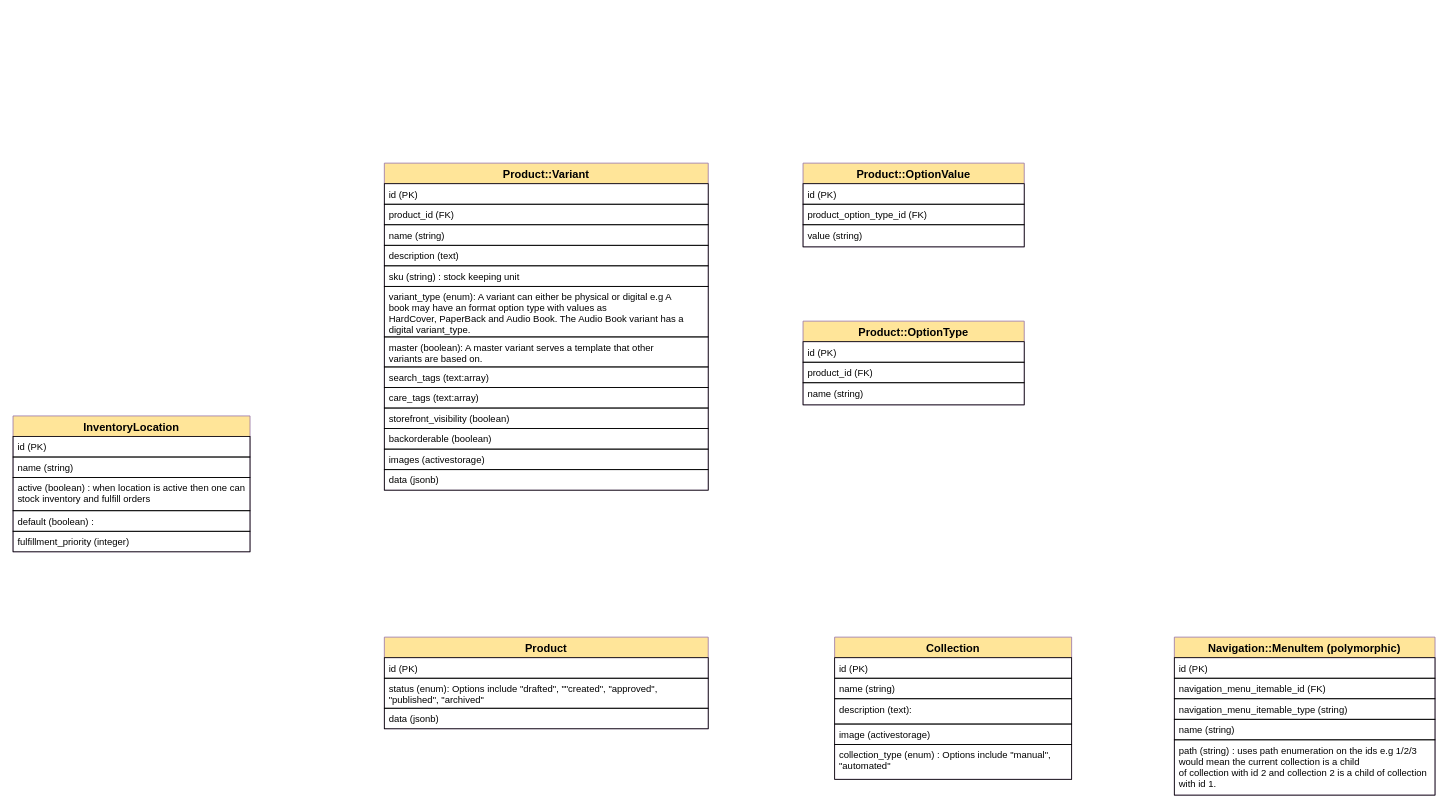
Before: soko-erd.drawio in philip-maina/soko, a draw.io diagram. Source tidied: cells renumbered, new cells numbered last; positions are measured from the earlier drawing's top-left corner, leaving out a move shared by most shapes. Both pictures are drawn from the tidied source at 79%, with x=0, y=0 at pixel (13, 163).
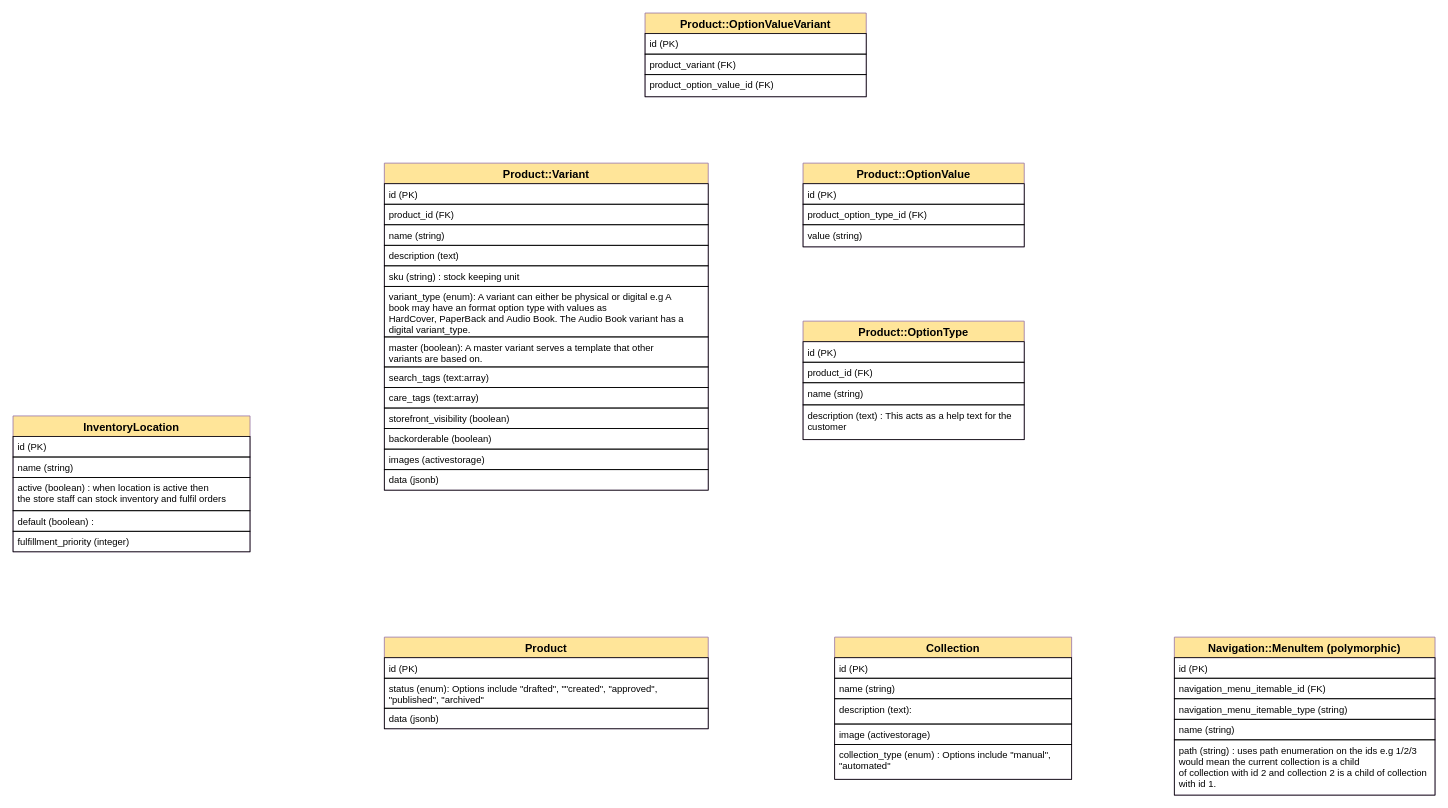
Above is the later version.

Commit message:
feat (domain modelling): Update soko-erd.drawio

The change refers to these unchanged cells:
```xml
<mxCell id="24" value="InventoryLocation" style="swimlane;fontStyle=1;horizontal=1;startSize=26;align=center;fontSize=14;strokeColor=#9673a6;fillColor=#FFE599;" parent="1" vertex="1">
  <mxGeometry y="320" width="300" height="172" as="geometry" />
</mxCell>
```

Change to the diagram source:
```diff
@@
     <mxCell id="20" value="Product::OptionType" style="swimlane;fontStyle=1;horizontal=1;startSize=26;align=center;fontSize=14;strokeColor=#9673a6;fillColor=#FFE599;" parent="1" vertex="1">
-      <mxGeometry x="1000" y="200" width="280" height="106" as="geometry" />
+      <mxGeometry x="1000" y="200" width="280" height="150" as="geometry" />
     </mxCell>
@@
+    <mxCell id="46" value="description (text) : This acts as a help text for the &#10;customer" style="text;strokeColor=#000000;fillColor=none;spacingLeft=4;spacingRight=4;overflow=hidden;fontSize=12;fontStyle=0;" parent="20" vertex="1">
+      <mxGeometry y="106" width="280" height="44" as="geometry" />
+    </mxCell>
@@
-    <mxCell id="27" value="active (boolean) : when location is active then one can &#10;stock inventory and fulfill orders" style="text;strokeColor=#000000;fillColor=none;spacingLeft=4;spacingRight=4;overflow=hidden;fontSize=12;" parent="24" vertex="1">
+    <mxCell id="27" value="active (boolean) : when location is active then &#10;the store staff can stock inventory and fulfil orders" style="text;strokeColor=#000000;fillColor=none;spacingLeft=4;spacingRight=4;overflow=hidden;fontSize=12;" parent="24" vertex="1">
       <mxGeometry y="78" width="300" height="42" as="geometry" />
     </mxCell>
@@
+    <mxCell id="47" value="Product::OptionValueVariant" style="swimlane;fontStyle=1;horizontal=1;startSize=26;align=center;fontSize=14;strokeColor=#9673a6;fillColor=#FFE599;" parent="1" vertex="1">
+      <mxGeometry x="800" y="-190" width="280" height="106" as="geometry" />
+    </mxCell>
+    <mxCell id="48" value="id (PK)" style="text;strokeColor=#000000;fillColor=none;spacingLeft=4;spacingRight=4;overflow=hidden;fontSize=12;" parent="47" vertex="1">
+      <mxGeometry y="26" width="280" height="26" as="geometry" />
+    </mxCell>
+    <mxCell id="49" value="product_variant (FK)" style="text;strokeColor=#000000;fillColor=none;spacingLeft=4;spacingRight=4;overflow=hidden;fontSize=12;" parent="47" vertex="1">
+      <mxGeometry y="52" width="280" height="26" as="geometry" />
+    </mxCell>
+    <mxCell id="50" value="product_option_value_id (FK)" style="text;strokeColor=#000000;fillColor=none;spacingLeft=4;spacingRight=4;overflow=hidden;fontSize=12;fontStyle=0;" parent="47" vertex="1">
+      <mxGeometry y="78" width="280" height="28" as="geometry" />
+    </mxCell>
```
